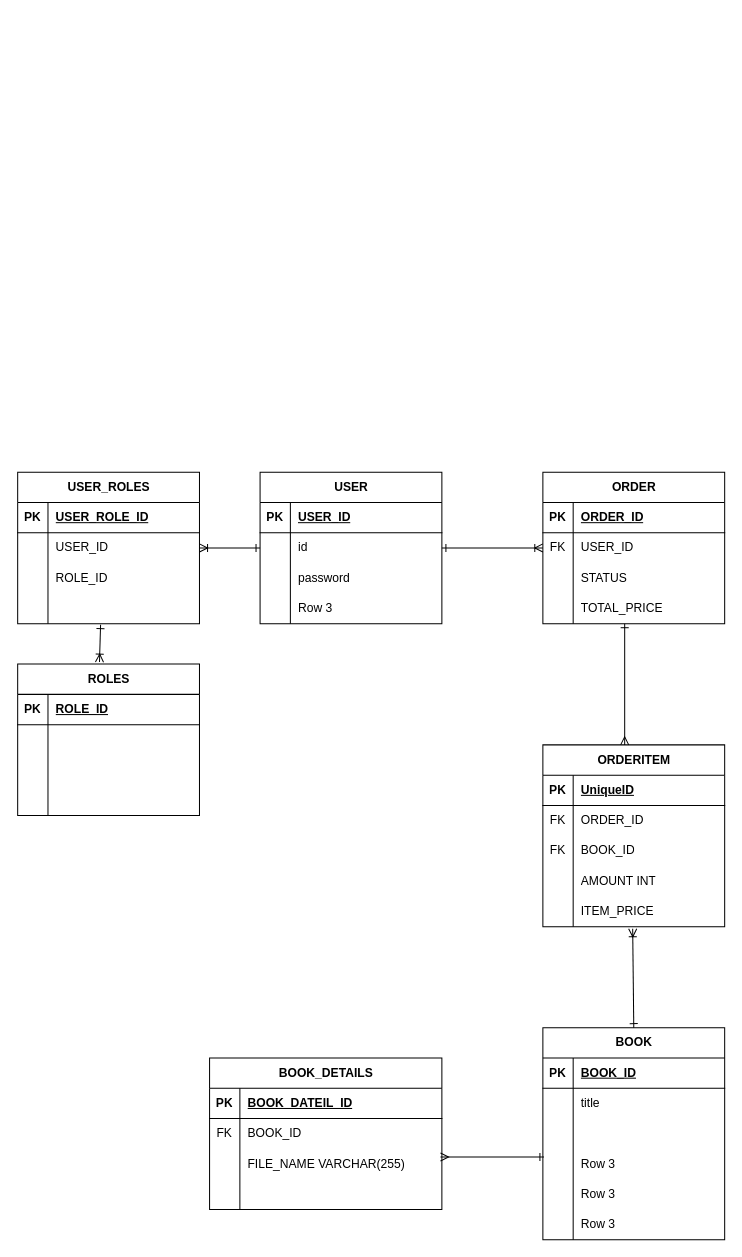
This is bookshop-erd.drawio from choiminwoo2/data-storage, a draw.io file, before an edit. Source tidied: cells renumbered, new cells numbered last; positions are measured from the earlier drawing's top-left corner, leaving out a move shared by most shapes. Both pictures are drawn from the tidied source at 101%, with x=0, y=0 at pixel (17, 472).
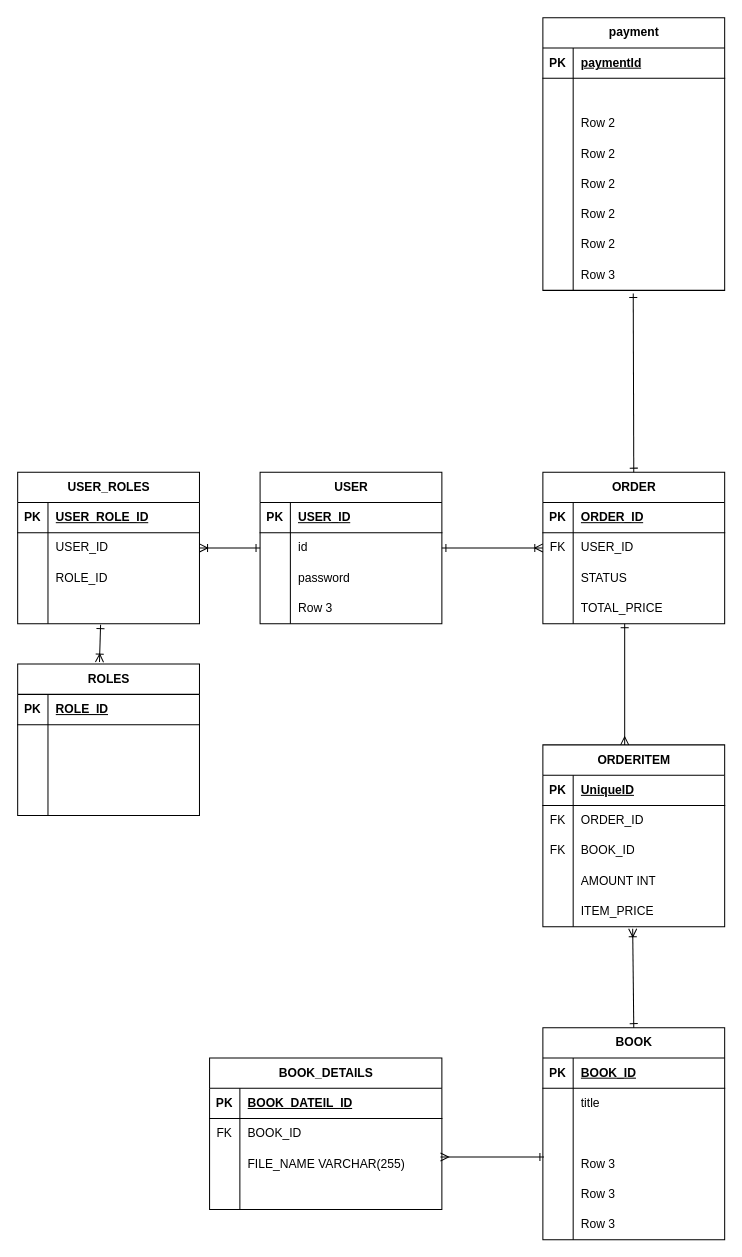
The same page after the edit.

Unchanged cells that the change refers to:
```xml
<mxCell id="16" value="ORDER" style="shape=table;startSize=30;childLayout=tableLayout;rowLines=0;fontStyle=1;align=center;html=1;" parent="1" vertex="1">
  <mxGeometry x="520" width="180" height="150" as="geometry" />
</mxCell>
```

Change to the diagram source:
```diff
@@
+    <mxCell id="108" value="payment" style="shape=table;startSize=30;childLayout=tableLayout;rowLines=0;fontStyle=1;align=center;html=1;" parent="1" vertex="1">
+      <mxGeometry x="520" y="-450" width="180" height="270" as="geometry" />
+    </mxCell>
+    <mxCell id="109" style="shape=tableRow;horizontal=0;startSize=0;swimlaneHead=0;swimlaneBody=0;fillColor=none;top=0;left=0;right=0;bottom=1;" parent="108" vertex="1">
+      <mxGeometry y="30" width="180" height="30" as="geometry" />
+    </mxCell>
+    <mxCell id="110" value="PK" style="shape=partialRectangle;fillColor=none;top=0;left=0;bottom=0;right=0;fontStyle=1;overflow=hidden;whiteSpace=wrap;html=1;" parent="109" vertex="1">
+      <mxGeometry width="30" height="30" as="geometry" />
+    </mxCell>
+    <mxCell id="111" value="paymentId" style="shape=partialRectangle;fillColor=none;top=0;left=0;bottom=0;right=0;align=left;spacingLeft=6;fontStyle=5;overflow=hidden;whiteSpace=wrap;html=1;" parent="109" vertex="1">
+      <mxGeometry x="30" width="150" height="30" as="geometry" />
+    </mxCell>
+    <mxCell id="112" style="shape=tableRow;horizontal=0;startSize=0;swimlaneHead=0;swimlaneBody=0;fillColor=none;top=0;left=0;right=0;bottom=0;" parent="108" vertex="1">
+      <mxGeometry y="60" width="180" height="30" as="geometry" />
+    </mxCell>
+    <mxCell id="113" style="shape=partialRectangle;fillColor=none;top=0;left=0;bottom=0;right=0;overflow=hidden;whiteSpace=wrap;html=1;" parent="112" vertex="1">
+      <mxGeometry width="30" height="30" as="geometry" />
+    </mxCell>
+    <mxCell id="114" style="shape=partialRectangle;fillColor=none;top=0;left=0;bottom=0;right=0;align=left;spacingLeft=6;overflow=hidden;whiteSpace=wrap;html=1;" parent="112" vertex="1">
+      <mxGeometry x="30" width="150" height="30" as="geometry" />
+    </mxCell>
+    <mxCell id="115" style="shape=tableRow;horizontal=0;startSize=0;swimlaneHead=0;swimlaneBody=0;fillColor=none;top=0;left=0;right=0;bottom=0;" parent="108" vertex="1">
+      <mxGeometry y="90" width="180" height="30" as="geometry" />
+    </mxCell>
+    <mxCell id="116" style="shape=partialRectangle;fillColor=none;top=0;left=0;bottom=0;right=0;overflow=hidden;whiteSpace=wrap;html=1;" parent="115" vertex="1">
+      <mxGeometry width="30" height="30" as="geometry" />
+    </mxCell>
+    <mxCell id="117" value="Row 2" style="shape=partialRectangle;fillColor=none;top=0;left=0;bottom=0;right=0;align=left;spacingLeft=6;overflow=hidden;whiteSpace=wrap;html=1;" parent="115" vertex="1">
+      <mxGeometry x="30" width="150" height="30" as="geometry" />
+    </mxCell>
+    <mxCell id="118" style="shape=tableRow;horizontal=0;startSize=0;swimlaneHead=0;swimlaneBody=0;fillColor=none;top=0;left=0;right=0;bottom=0;" parent="108" vertex="1">
+      <mxGeometry y="120" width="180" height="30" as="geometry" />
+    </mxCell>
+    <mxCell id="119" style="shape=partialRectangle;fillColor=none;top=0;left=0;bottom=0;right=0;overflow=hidden;whiteSpace=wrap;html=1;" parent="118" vertex="1">
+      <mxGeometry width="30" height="30" as="geometry" />
+    </mxCell>
+    <mxCell id="120" value="Row 2" style="shape=partialRectangle;fillColor=none;top=0;left=0;bottom=0;right=0;align=left;spacingLeft=6;overflow=hidden;whiteSpace=wrap;html=1;" parent="118" vertex="1">
+      <mxGeometry x="30" width="150" height="30" as="geometry" />
+    </mxCell>
+    <mxCell id="121" style="shape=tableRow;horizontal=0;startSize=0;swimlaneHead=0;swimlaneBody=0;fillColor=none;top=0;left=0;right=0;bottom=0;" parent="108" vertex="1">
+      <mxGeometry y="150" width="180" height="30" as="geometry" />
+    </mxCell>
+    <mxCell id="122" style="shape=partialRectangle;fillColor=none;top=0;left=0;bottom=0;right=0;overflow=hidden;whiteSpace=wrap;html=1;" parent="121" vertex="1">
+      <mxGeometry width="30" height="30" as="geometry" />
+    </mxCell>
+    <mxCell id="123" value="Row 2" style="shape=partialRectangle;fillColor=none;top=0;left=0;bottom=0;right=0;align=left;spacingLeft=6;overflow=hidden;whiteSpace=wrap;html=1;" parent="121" vertex="1">
+      <mxGeometry x="30" width="150" height="30" as="geometry" />
+    </mxCell>
+    <mxCell id="124" style="shape=tableRow;horizontal=0;startSize=0;swimlaneHead=0;swimlaneBody=0;fillColor=none;top=0;left=0;right=0;bottom=0;" parent="108" vertex="1">
+      <mxGeometry y="180" width="180" height="30" as="geometry" />
+    </mxCell>
+    <mxCell id="125" style="shape=partialRectangle;fillColor=none;top=0;left=0;bottom=0;right=0;overflow=hidden;whiteSpace=wrap;html=1;" parent="124" vertex="1">
+      <mxGeometry width="30" height="30" as="geometry" />
+    </mxCell>
+    <mxCell id="126" value="Row 2" style="shape=partialRectangle;fillColor=none;top=0;left=0;bottom=0;right=0;align=left;spacingLeft=6;overflow=hidden;whiteSpace=wrap;html=1;" parent="124" vertex="1">
+      <mxGeometry x="30" width="150" height="30" as="geometry" />
+    </mxCell>
+    <mxCell id="127" style="shape=tableRow;horizontal=0;startSize=0;swimlaneHead=0;swimlaneBody=0;fillColor=none;top=0;left=0;right=0;bottom=0;" parent="108" vertex="1">
+      <mxGeometry y="210" width="180" height="30" as="geometry" />
+    </mxCell>
+    <mxCell id="128" style="shape=partialRectangle;fillColor=none;top=0;left=0;bottom=0;right=0;overflow=hidden;whiteSpace=wrap;html=1;" parent="127" vertex="1">
+      <mxGeometry width="30" height="30" as="geometry" />
+    </mxCell>
+    <mxCell id="129" value="Row 2" style="shape=partialRectangle;fillColor=none;top=0;left=0;bottom=0;right=0;align=left;spacingLeft=6;overflow=hidden;whiteSpace=wrap;html=1;" parent="127" vertex="1">
+      <mxGeometry x="30" width="150" height="30" as="geometry" />
+    </mxCell>
+    <mxCell id="130" style="shape=tableRow;horizontal=0;startSize=0;swimlaneHead=0;swimlaneBody=0;fillColor=none;points=[[0,0.5],[1,0.5]];portConstraint=eastwest;top=0;left=0;right=0;bottom=0;" parent="108" vertex="1">
+      <mxGeometry y="240" width="180" height="30" as="geometry" />
+    </mxCell>
+    <mxCell id="131" style="shape=partialRectangle;fillColor=none;top=0;left=0;bottom=0;right=0;overflow=hidden;whiteSpace=wrap;html=1;" parent="130" vertex="1">
+      <mxGeometry width="30" height="30" as="geometry" />
+    </mxCell>
+    <mxCell id="132" value="Row 3" style="shape=partialRectangle;fillColor=none;top=0;left=0;bottom=0;right=0;align=left;spacingLeft=6;overflow=hidden;whiteSpace=wrap;html=1;" parent="130" vertex="1">
+      <mxGeometry x="30" width="150" height="30" as="geometry" />
+    </mxCell>
+    <mxCell id="133" style="endArrow=ERone;html=1;rounded=0;exitX=0.5;exitY=0;exitDx=0;exitDy=0;entryX=0.497;entryY=1.1;entryDx=0;entryDy=0;entryPerimeter=0;startArrow=ERone;startFill=0;endFill=0;" parent="1" edge="1" source="16" target="130">
+      <mxGeometry relative="1" as="geometry" />
+    </mxCell>
```
